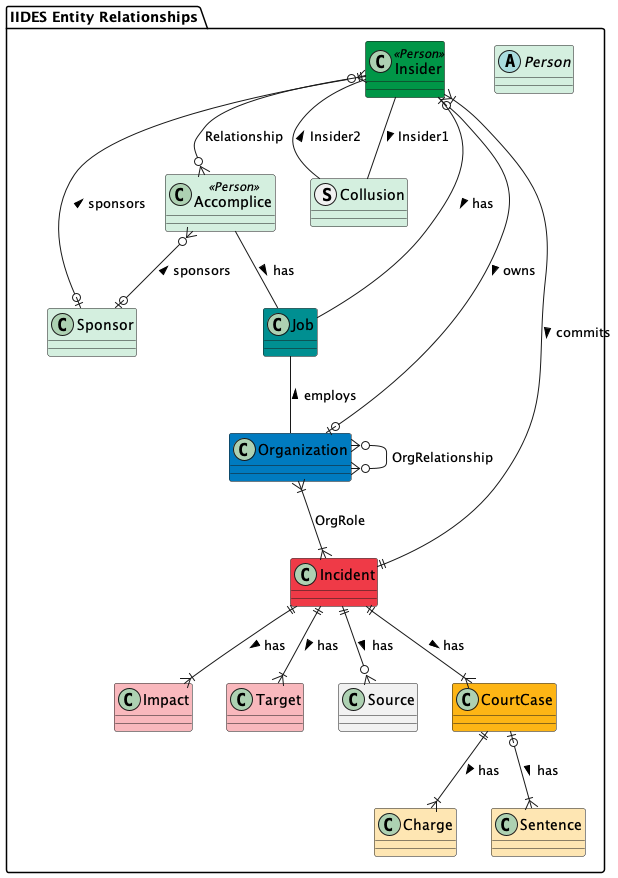
The PlantUML diagram UML/out/IIDES_Entity_Relationships.png in cmu-sei/iides, before a commit. Its diagram source:
```plantuml
@startuml IIDES_Entity_Relationships
package "IIDES Entity Relationships" #FFF {

    abstract Person #D4EFDF {}
    class Insider <<Person>> #009647 {}
    class Accomplice <<Person>> #D4EFDF {}
    struct Collusion #D4EFDF {}
    class Organization #007BC0 {}
    class Sponsor #D4EFDF {}
    class Incident #EF3A47 {}
    class Job #008F91 {}
    class Impact #f9b8bd {}
    class Target #f9b8bd {}
    class Source {}
    class CourtCase #FDB515 {}
    class Charge #fee6b3 {}
    class Sentence #fee6b3 {}

    Insider ||--o{ Accomplice : Relationship
    Incident ||--|{ Insider : commits <
    Accomplice -- Job : has >
    Job -- Organization : employs <
    Insider -- Job : has >
    Organization }|--|{ Incident : OrgRole
    Organization }o--o{ Organization : OrgRelationship
    Insider }o--o| Sponsor : sponsors <
    Accomplice }o--o| Sponsor : sponsors <
    Insider |o--o| Organization : owns >
    Insider -- Collusion : Insider2 <
    Collusion -- Insider : Insider1 <
    Incident ||--|{ Impact : has >
    Incident ||--|{ Target : has >
    Incident ||--o{ Source : has >
    CourtCase ||--|{ Charge : has >
    CourtCase |o--|{ Sentence : has >
    Incident ||--|{ CourtCase : has >
}
@enduml
```
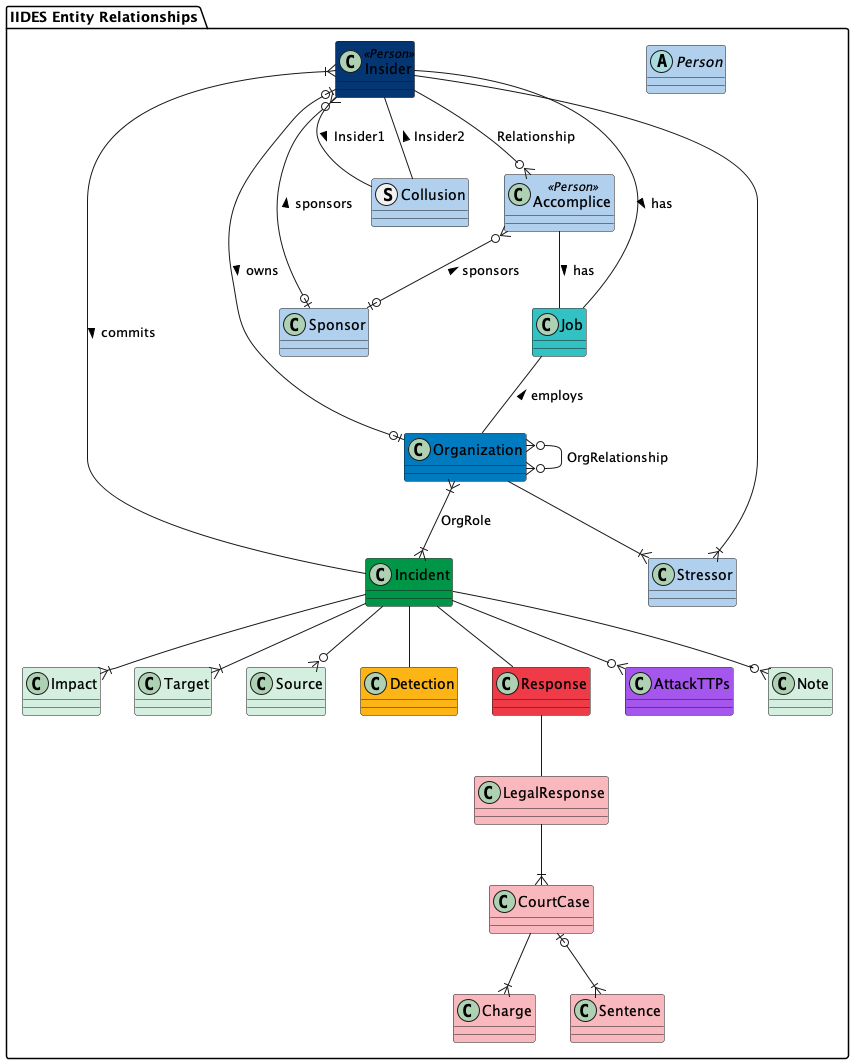
The same file after the commit.

Commit message:
Complete core and relationships

Diff of the diagram source:
```diff
@@ -1,23 +1,29 @@
 @startuml IIDES_Entity_Relationships
 package "IIDES Entity Relationships" #FFF {
 
-    abstract Person #D4EFDF {}
-    class Insider <<Person>> #009647 {}
-    class Accomplice <<Person>> #D4EFDF {}
-    struct Collusion #D4EFDF {}
+    abstract Person #b0d0ed {}
+    class Insider <<Person>> #043673 {}
+    class Accomplice <<Person>> #b0d0ed {}
+    struct Collusion #b0d0ed {}
     class Organization #007BC0 {}
-    class Sponsor #D4EFDF {}
-    class Incident #EF3A47 {}
-    class Job #008F91 {}
-    class Impact #f9b8bd {}
-    class Target #f9b8bd {}
-    class Source {}
-    class CourtCase #FDB515 {}
-    class Charge #fee6b3 {}
-    class Sentence #fee6b3 {}
+    class Sponsor #b0d0ed {}
+    class Incident #009647 {}
+    class Job #33c2C4 {}
+    class Impact #D4EFDF {}
+    class Target #D4EFDF {}
+    class Source #D4EFDF {}
+    class Detection #FDB515 {}
+    class Response #EF3A47 {}
+    class LegalResponse #f9b8bd {}
+    class CourtCase #f9b8bd {}
+    class Charge #f9b8bd {}
+    class Sentence #f9b8bd {}
+    class AttackTTPs #A456ED {}
+    class Stressor #b0d0ed {}
+    class Note #D4EFDF {}
 
-    Insider ||--o{ Accomplice : Relationship
-    Incident ||--|{ Insider : commits <
+    Insider --o{ Accomplice : Relationship
+    Incident --|{ Insider : commits <
     Accomplice -- Job : has >
     Job -- Organization : employs <
     Insider -- Job : has >
@@ -28,11 +34,18 @@
     Insider |o--o| Organization : owns >
     Insider -- Collusion : Insider2 <
     Collusion -- Insider : Insider1 <
-    Incident ||--|{ Impact : has >
-    Incident ||--|{ Target : has >
-    Incident ||--o{ Source : has >
-    CourtCase ||--|{ Charge : has >
-    CourtCase |o--|{ Sentence : has >
-    Incident ||--|{ CourtCase : has >
+    Incident --|{ Impact
+    Incident --|{ Target
+    Incident --o{ Source
+    Incident --o{ Note
+    CourtCase --|{ Charge
+    CourtCase |o--|{ Sentence
+    Incident -- Detection
+    Incident -- Response
+    Response -- LegalResponse
+    LegalResponse --|{ CourtCase
+    Organization --|{ Stressor
+    Stressor }|-- Insider
+    Incident --o{ AttackTTPs
 }
 @enduml
```
